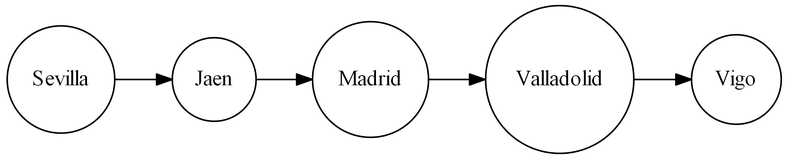
Above: [EDD]Proyecto_2/RutaCorta.png in SevenPok/Proyecto_2_EDD (Graphviz), before the change. Its source is kept beside it as [EDD]Proyecto_2/RutaCorta.dot.
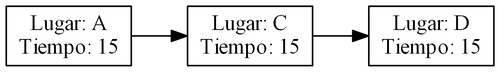
The same file after the commit.

Change to the diagram source:
```diff
@@ -2,7 +2,10 @@
 
 graph [ dpi = 300 ];
 rankdir=LR size="8,5"
-	node [shape=circle]
-Sevilla->Jaen->Madrid->Valladolid->Vigo
+	node [shape=record]
+A[label="Lugar: A\nTiempo: 15"]
+C[label="Lugar: C\nTiempo: 15"]
+D[label="Lugar: D\nTiempo: 15"]
+A->C->D
 
 }
```
